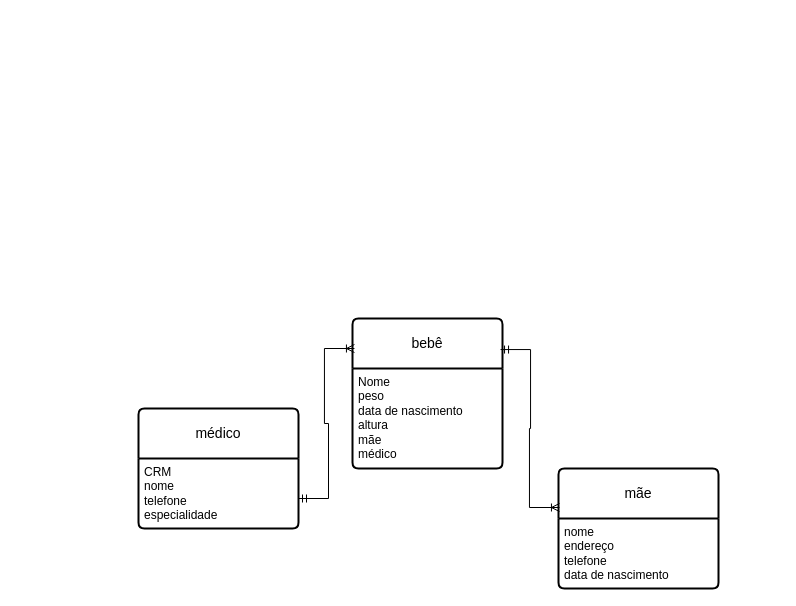
This is bercário.drawio from biacapist1224/Diagramas, a draw.io file, before an edit. Source tidied: cells renumbered, new cells numbered last; positions are measured from the earlier drawing's top-left corner, leaving out a move shared by most shapes. Both pictures are drawn from the tidied source at 100%, with x=0, y=0 at pixel (138, 318).
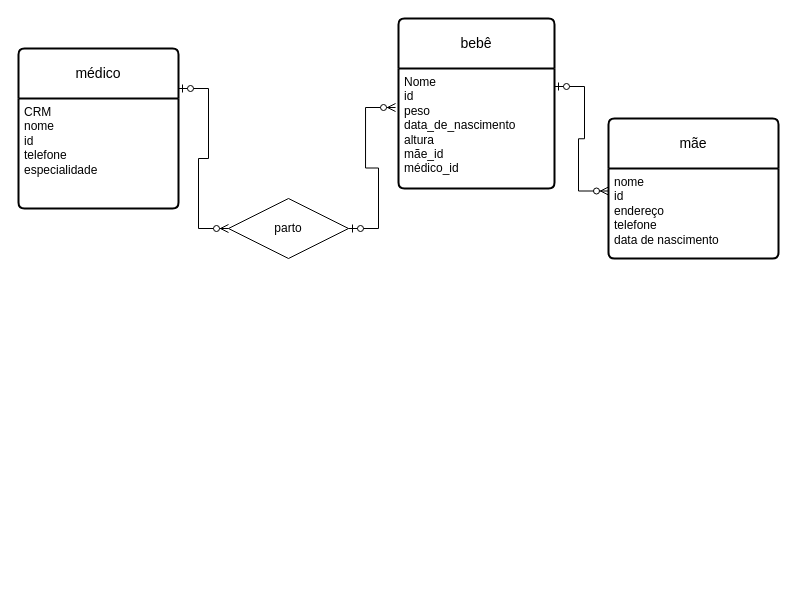
Above is the later version.

Diff of the diagram source:
```diff
@@
 <mxGraphModel>
   <root>
     <mxCell id="0" />
     <mxCell id="1" parent="0" />
     <mxCell id="2" value="médico" style="swimlane;horizontal=1;startSize=50;rounded=1;fontSize=14;fontStyle=0;strokeWidth=2;shadow=0;dashed=0;align=center;arcSize=4;whiteSpace=wrap;html=1;" parent="1" vertex="1">
-      <mxGeometry y="90" width="160" height="120" as="geometry" />
+      <mxGeometry x="-120" y="-270" width="160" height="160" as="geometry" />
     </mxCell>
-    <mxCell id="3" value="&lt;div&gt;CRM&lt;/div&gt;&lt;div&gt;nome&lt;/div&gt;&lt;div&gt;telefone&lt;/div&gt;&lt;div&gt;especialidade&lt;br&gt;&lt;/div&gt;" style="align=left;strokeColor=none;fillColor=none;spacingLeft=4;fontSize=12;verticalAlign=top;html=1;" parent="2" vertex="1">
-      <mxGeometry y="50" width="160" height="70" as="geometry" />
+    <mxCell id="3" value="&lt;div&gt;CRM&lt;/div&gt;&lt;div&gt;nome&lt;/div&gt;&lt;div&gt;id&lt;br&gt;&lt;/div&gt;&lt;div&gt;telefone&lt;/div&gt;&lt;div&gt;especialidade&lt;br&gt;&lt;/div&gt;" style="align=left;strokeColor=none;fillColor=none;spacingLeft=4;fontSize=12;verticalAlign=top;html=1;" parent="2" vertex="1">
+      <mxGeometry y="50" width="160" height="110" as="geometry" />
     </mxCell>
     <mxCell id="4" value="mãe" style="swimlane;horizontal=1;startSize=50;rounded=1;fontSize=14;fontStyle=0;strokeWidth=2;shadow=0;dashed=0;align=center;arcSize=4;whiteSpace=wrap;html=1;" parent="1" vertex="1">
-      <mxGeometry x="420" y="150" width="160" height="120" as="geometry" />
+      <mxGeometry x="470" y="-200" width="170" height="140" as="geometry" />
     </mxCell>
-    <mxCell id="5" value="&lt;div&gt;nome &lt;br&gt;&lt;/div&gt;&lt;div&gt;endereço&lt;/div&gt;&lt;div&gt;telefone &lt;br&gt;&lt;/div&gt;&lt;div&gt;data de nascimento&lt;br&gt;&lt;/div&gt;" style="align=left;strokeColor=none;fillColor=none;spacingLeft=4;fontSize=12;verticalAlign=top;html=1;" parent="4" vertex="1">
-      <mxGeometry y="50" width="160" height="70" as="geometry" />
+    <mxCell id="5" value="&lt;div&gt;nome &lt;br&gt;&lt;/div&gt;&lt;div&gt;id&lt;br&gt;&lt;/div&gt;&lt;div&gt;endereço&lt;/div&gt;&lt;div&gt;telefone &lt;br&gt;&lt;/div&gt;&lt;div&gt;data de nascimento&lt;br&gt;&lt;/div&gt;" style="align=left;strokeColor=none;fillColor=none;spacingLeft=4;fontSize=12;verticalAlign=top;html=1;" parent="4" vertex="1">
+      <mxGeometry y="50" width="170" height="90" as="geometry" />
     </mxCell>
     <mxCell id="6" value="bebê" style="swimlane;horizontal=1;startSize=50;rounded=1;fontSize=14;fontStyle=0;strokeWidth=2;shadow=0;dashed=0;align=center;arcSize=4;whiteSpace=wrap;html=1;" parent="1" vertex="1">
-      <mxGeometry x="214" width="150" height="150" as="geometry" />
+      <mxGeometry x="260" y="-300" width="156" height="170" as="geometry" />
     </mxCell>
-    <mxCell id="7" value="&lt;div&gt;Nome&lt;/div&gt;&lt;div&gt;peso&lt;/div&gt;&lt;div&gt;data de nascimento&lt;/div&gt;&lt;div&gt;altura&lt;/div&gt;&lt;div&gt;mãe&lt;/div&gt;&lt;div&gt;médico&lt;br&gt;&lt;/div&gt;&lt;div&gt;&lt;br&gt;&lt;/div&gt;" style="align=left;strokeColor=none;fillColor=none;spacingLeft=4;fontSize=12;verticalAlign=top;html=1;" parent="6" vertex="1">
-      <mxGeometry y="50" width="150" height="100" as="geometry" />
+    <mxCell id="7" value="&lt;div&gt;Nome&lt;/div&gt;&lt;div&gt;id&lt;br&gt;&lt;/div&gt;&lt;div&gt;peso&lt;/div&gt;&lt;div&gt;data_de_nascimento&lt;/div&gt;&lt;div&gt;altura&lt;/div&gt;&lt;div&gt;mãe_id&lt;/div&gt;&lt;div&gt;médico_id&lt;br&gt;&lt;/div&gt;&lt;div&gt;&lt;br&gt;&lt;/div&gt;" style="align=left;strokeColor=none;fillColor=none;spacingLeft=4;fontSize=12;verticalAlign=top;html=1;" parent="6" vertex="1">
+      <mxGeometry y="50" width="156" height="120" as="geometry" />
     </mxCell>
-    <mxCell id="8" style="edgeStyle=entityRelationEdgeStyle;fontSize=12;html=1;endArrow=ERoneToMany;startArrow=ERmandOne;rounded=0;entryX=0.013;entryY=0.2;entryDx=0;entryDy=0;entryPerimeter=0;exitX=1;exitY=0.75;exitDx=0;exitDy=0;" parent="1" edge="1" source="2" target="6">
-      <mxGeometry relative="1" as="geometry" />
-    </mxCell>
-    <mxCell id="9" style="edgeStyle=entityRelationEdgeStyle;fontSize=12;html=1;endArrow=ERoneToMany;startArrow=ERmandOne;rounded=0;exitX=0.987;exitY=0.207;exitDx=0;exitDy=0;exitPerimeter=0;entryX=0.006;entryY=0.325;entryDx=0;entryDy=0;entryPerimeter=0;" parent="1" edge="1" source="6" target="4">
-      <mxGeometry relative="1" as="geometry" />
-    </mxCell>
+    <mxCell id="10" style="edgeStyle=entityRelationEdgeStyle;fontSize=12;html=1;endArrow=ERzeroToMany;startArrow=ERzeroToOne;rounded=0;exitX=1;exitY=0.25;exitDx=0;exitDy=0;entryX=0;entryY=0.5;entryDx=0;entryDy=0;" parent="1" edge="1" source="2" target="11">
+      <mxGeometry relative="1" as="geometry" />
+    </mxCell>
+    <mxCell id="11" value="parto" style="shape=rhombus;perimeter=rhombusPerimeter;whiteSpace=wrap;html=1;align=center;" parent="1" vertex="1">
+      <mxGeometry x="90" y="-120" width="120" height="60" as="geometry" />
+    </mxCell>
+    <mxCell id="12" style="edgeStyle=entityRelationEdgeStyle;fontSize=12;html=1;endArrow=ERzeroToMany;startArrow=ERzeroToOne;rounded=0;exitX=1;exitY=0.5;exitDx=0;exitDy=0;entryX=-0.019;entryY=0.325;entryDx=0;entryDy=0;entryPerimeter=0;" parent="1" edge="1" source="11" target="7">
+      <mxGeometry relative="1" as="geometry" />
+    </mxCell>
+    <mxCell id="13" style="edgeStyle=entityRelationEdgeStyle;fontSize=12;html=1;endArrow=ERzeroToMany;startArrow=ERzeroToOne;rounded=0;entryX=0;entryY=0.25;entryDx=0;entryDy=0;exitX=1;exitY=0.15;exitDx=0;exitDy=0;exitPerimeter=0;" parent="1" edge="1" source="7" target="5">
+      <mxGeometry relative="1" as="geometry" />
+    </mxCell>
   </root>
 </mxGraphModel>
```
